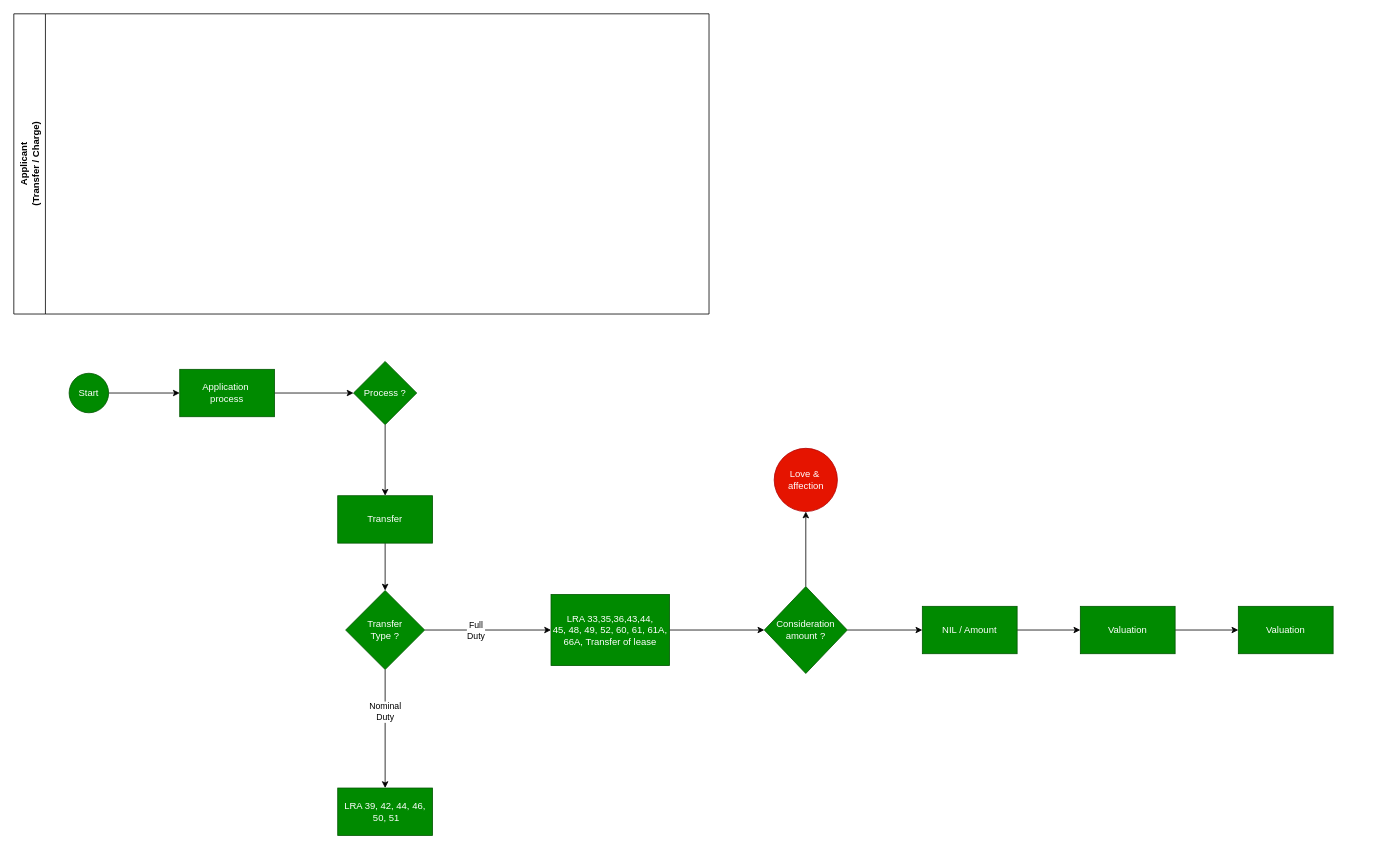
Before: stampDuty/process/stamp_duty.drawio in pascalokoth/BPMN, a draw.io diagram. Source tidied: cells renumbered, new cells numbered last; positions are measured from the earlier drawing's top-left corner, leaving out a move shared by most shapes. Both pictures are drawn from the tidied source at 79%, with x=0, y=0 at pixel (13, 13).
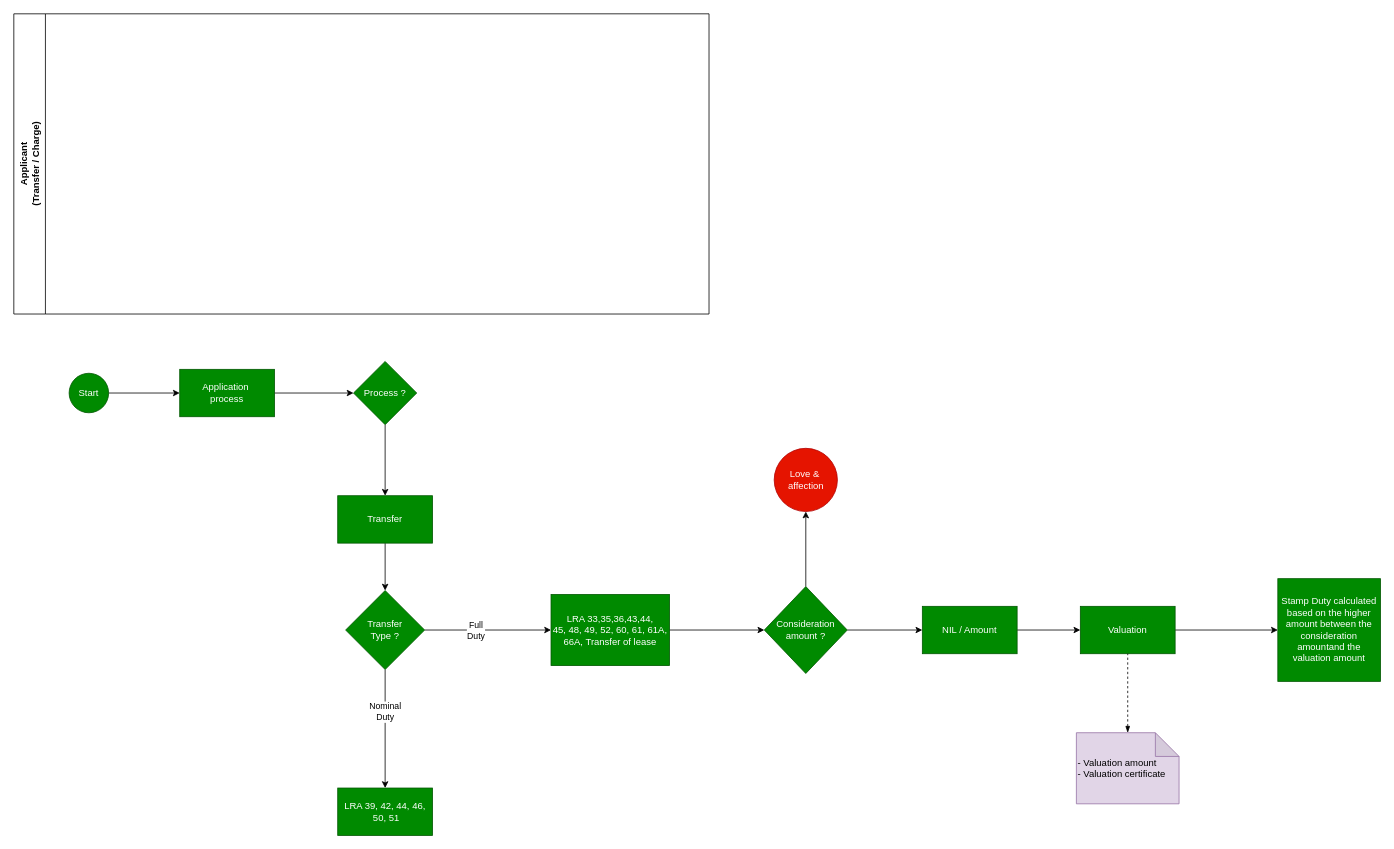
The same diagram, later.

The change refers to these unchanged cells:
```xml
<mxCell id="26" value="Valuation" style="whiteSpace=wrap;html=1;fillColor=#008a00;strokeColor=#005700;fontColor=#ffffff;" parent="1" vertex="1">
  <mxGeometry x="1350" y="750" width="120" height="60" as="geometry" />
</mxCell>
```

The edit, as a diff of the source:
```diff
@@
-    <mxCell id="25" style="edgeStyle=orthogonalEdgeStyle;rounded=0;jettySize=auto;html=1;" parent="1" edge="1" source="26" target="27">
-      <mxGeometry relative="1" as="geometry" />
-    </mxCell>
+    <mxCell id="28" style="edgeStyle=orthogonalEdgeStyle;rounded=0;jettySize=auto;html=1;" parent="1" edge="1" source="26" target="31">
+      <mxGeometry relative="1" as="geometry" />
+    </mxCell>
@@
-    <mxCell id="27" value="Valuation" style="whiteSpace=wrap;html=1;fillColor=#008a00;strokeColor=#005700;fontColor=#ffffff;" parent="1" vertex="1">
-      <mxGeometry x="1550" y="750" width="120" height="60" as="geometry" />
-    </mxCell>
+    <mxCell id="29" style="edgeStyle=orthogonalEdgeStyle;rounded=0;jettySize=auto;html=1;entryX=0.5;entryY=1;entryDx=0;entryDy=0;dashed=1;startArrow=blockThin;startFill=1;endArrow=none;endFill=0;" parent="1" edge="1" source="30" target="26">
+      <mxGeometry relative="1" as="geometry" />
+    </mxCell>
+    <mxCell id="30" value="- Valuation amount&lt;br&gt;- Valuation certificate" style="shape=note;whiteSpace=wrap;html=1;backgroundOutline=1;darkOpacity=0.05;fillColor=#e1d5e7;strokeColor=#9673a6;align=left;" parent="1" vertex="1">
+      <mxGeometry x="1345" y="910" width="130" height="90" as="geometry" />
+    </mxCell>
+    <mxCell id="31" value="Stamp Duty calculated based on the higher amount between the consideration amountand the valuation amount" style="whiteSpace=wrap;html=1;fillColor=#008a00;strokeColor=#005700;fontColor=#ffffff;" parent="1" vertex="1">
+      <mxGeometry x="1600" y="715" width="130" height="130" as="geometry" />
+    </mxCell>
```
